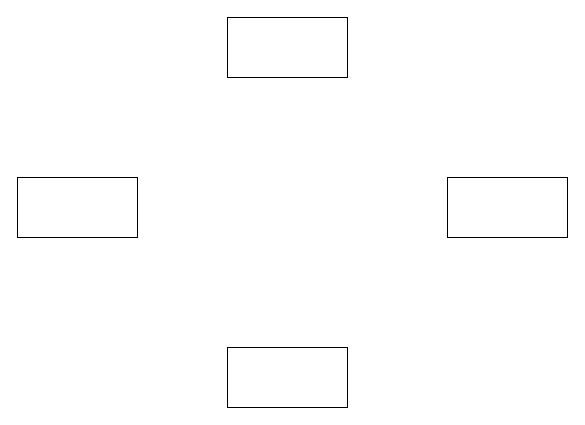
Earlier version of the draw.io diagram 绘图/dubbo.drawio (longjiangxue/blogImage). Source tidied: cells renumbered, new cells numbered last; positions are measured from the earlier drawing's top-left corner, leaving out a move shared by most shapes. Both pictures are drawn from the tidied source at 100%, with x=0, y=0 at pixel (17, 17).
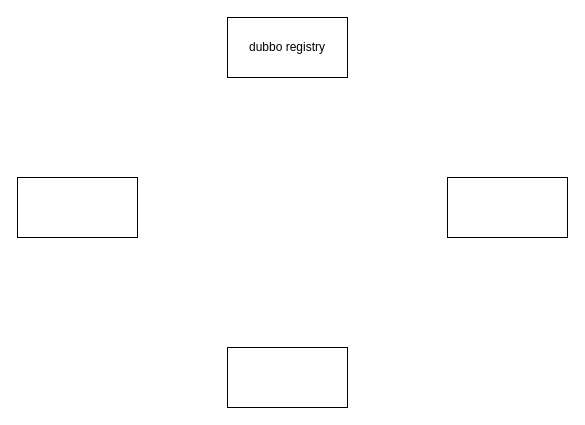
The same diagram, later.

What changed in the source:
```diff
@@
 <mxGraphModel>
   <root>
     <mxCell id="0" />
     <mxCell id="1" parent="0" />
-    <mxCell id="2" style="rounded=0;whiteSpace=wrap;html=1;" parent="1" vertex="1">
+    <mxCell id="2" value="dubbo registry" style="rounded=0;whiteSpace=wrap;html=1;" parent="1" vertex="1">
       <mxGeometry x="210" width="120" height="60" as="geometry" />
     </mxCell>
     <mxCell id="3" style="rounded=0;whiteSpace=wrap;html=1;" parent="1" vertex="1">
       <mxGeometry y="160" width="120" height="60" as="geometry" />
     </mxCell>
     <mxCell id="4" style="rounded=0;whiteSpace=wrap;html=1;" parent="1" vertex="1">
       <mxGeometry x="430" y="160" width="120" height="60" as="geometry" />
     </mxCell>
     <mxCell id="5" style="rounded=0;whiteSpace=wrap;html=1;" parent="1" vertex="1">
       <mxGeometry x="210" y="330" width="120" height="60" as="geometry" />
     </mxCell>
   </root>
 </mxGraphModel>
```
